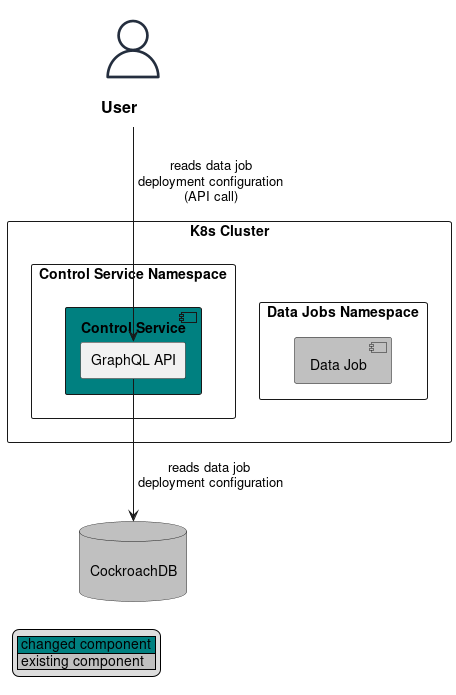
Before: specs/vep-2272-complete-data-job-configuration-persistence/read_data_job_deployment_config_diagram.png, a diagram exported from PlantUML (vmware/versatile-data-kit).
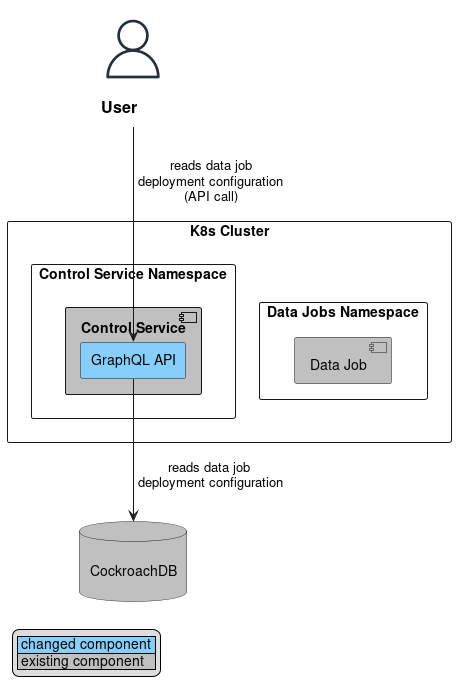
Above is the later version.

Commit message:
documentation: VEP-2272 Complete Data Job Configuration Persistance

What changed in the source:
```diff
@@ -11,8 +11,8 @@
      }
    }
    rectangle "Control Service Namespace" {
-         component "Control Service" as cs #teal {
-          rectangle "GraphQL API" as data_jobs_deployment_api
+         component "Control Service" as cs #silver {
+          rectangle "GraphQL API" as data_jobs_deployment_api #LightSkyBlue
          }
      }
 }
@@ -23,8 +23,8 @@
 data_jobs_deployment_api --> DB : " reads data job \n deployment configuration"
 
 legend bottom left
-  | <#teal> changed component |
+  | <#LightSkyBlue> changed component |
   | <#silver> existing component |
- endlegend
+endlegend
 
 @enduml
```
